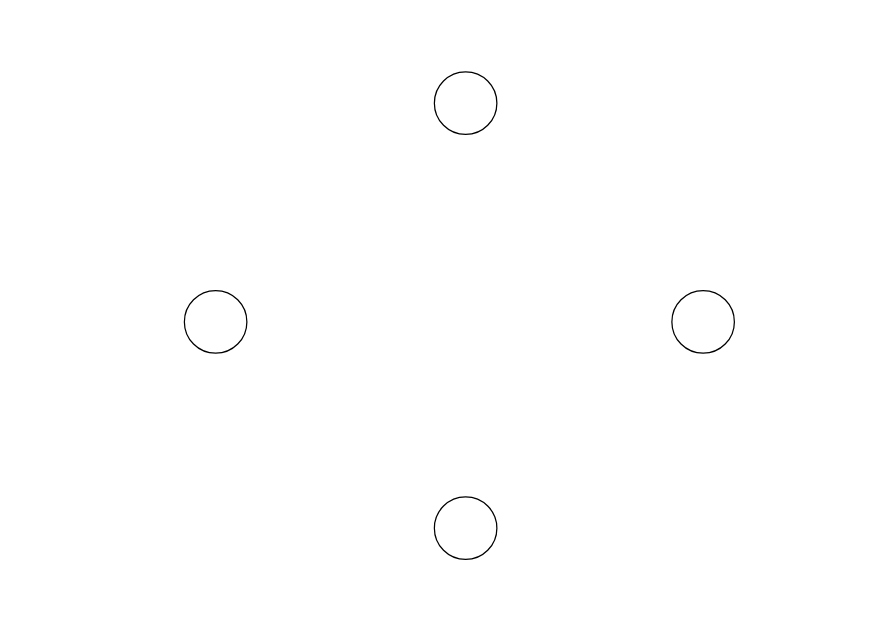
Above: Untitled Diagram.drawio in JonathanALevine/ELEC5404 (draw.io), before the change. Source tidied: cells renumbered, new cells numbered last; positions are measured from the earlier drawing's top-left corner, leaving out a move shared by most shapes. Both pictures are drawn from the tidied source at 125%, with x=0, y=0 at pixel (184, 71).
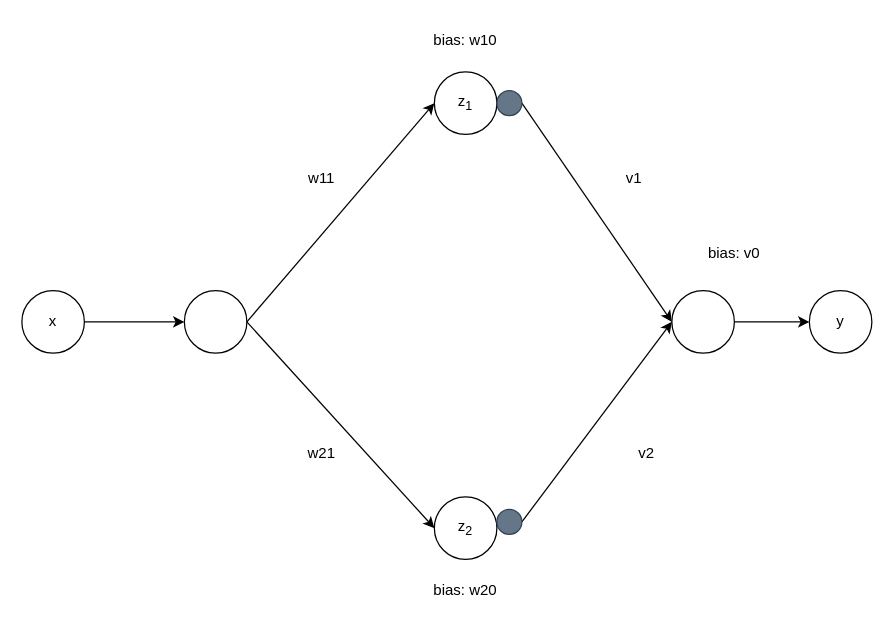
Above is the later version.

Unchanged cells that the change refers to:
```xml
<mxCell id="2" style="ellipse;whiteSpace=wrap;html=1;" parent="1" vertex="1">
  <mxGeometry y="175" width="50" height="50" as="geometry" />
</mxCell>
<mxCell id="5" style="ellipse;whiteSpace=wrap;html=1;" parent="1" vertex="1">
  <mxGeometry x="390" y="175" width="50" height="50" as="geometry" />
</mxCell>
```

The edit, as a diff of the source:
```diff
@@
-    <mxCell id="3" style="ellipse;whiteSpace=wrap;html=1;" parent="1" vertex="1">
+    <mxCell id="3" value="z&lt;sub&gt;1&lt;/sub&gt;" style="ellipse;whiteSpace=wrap;html=1;" parent="1" vertex="1">
       <mxGeometry x="200" width="50" height="50" as="geometry" />
     </mxCell>
-    <mxCell id="4" style="ellipse;whiteSpace=wrap;html=1;" parent="1" vertex="1">
+    <mxCell id="4" value="z&lt;sub&gt;2&lt;/sub&gt;" style="ellipse;whiteSpace=wrap;html=1;" parent="1" vertex="1">
       <mxGeometry x="200" y="340" width="50" height="50" as="geometry" />
     </mxCell>
@@
+    <mxCell id="6" style="endArrow=classic;html=1;rounded=0;entryX=0;entryY=0.5;entryDx=0;entryDy=0;" parent="1" edge="1" target="3">
+      <mxGeometry relative="1" as="geometry">
+        <mxPoint x="50" y="200" as="sourcePoint" />
+      </mxGeometry>
+    </mxCell>
+    <mxCell id="7" style="endArrow=classic;html=1;rounded=0;entryX=0;entryY=0.5;entryDx=0;entryDy=0;exitX=1;exitY=0.5;exitDx=0;exitDy=0;" parent="1" edge="1" source="2" target="4">
+      <mxGeometry relative="1" as="geometry" />
+    </mxCell>
+    <mxCell id="8" style="endArrow=classic;html=1;rounded=0;entryX=0;entryY=0.5;entryDx=0;entryDy=0;" parent="1" edge="1" target="5">
+      <mxGeometry relative="1" as="geometry">
+        <mxPoint x="270" y="25" as="sourcePoint" />
+      </mxGeometry>
+    </mxCell>
+    <mxCell id="9" style="endArrow=classic;html=1;rounded=0;exitX=1;exitY=0.5;exitDx=0;exitDy=0;exitPerimeter=0;" parent="1" edge="1" source="11">
+      <mxGeometry relative="1" as="geometry">
+        <mxPoint x="390" y="200" as="targetPoint" />
+      </mxGeometry>
+    </mxCell>
+    <mxCell id="10" style="ellipse;whiteSpace=wrap;html=1;fillColor=#647687;fontColor=#ffffff;strokeColor=#314354;" parent="1" vertex="1">
+      <mxGeometry x="250" y="15" width="20" height="20" as="geometry" />
+    </mxCell>
+    <mxCell id="11" style="ellipse;whiteSpace=wrap;html=1;fillColor=#647687;fontColor=#ffffff;strokeColor=#314354;" parent="1" vertex="1">
+      <mxGeometry x="250" y="350" width="20" height="20" as="geometry" />
+    </mxCell>
+    <mxCell id="12" value="x" style="ellipse;whiteSpace=wrap;html=1;" parent="1" vertex="1">
+      <mxGeometry x="-130" y="175" width="50" height="50" as="geometry" />
+    </mxCell>
+    <mxCell id="13" value="y" style="ellipse;whiteSpace=wrap;html=1;" parent="1" vertex="1">
+      <mxGeometry x="500" y="175" width="50" height="50" as="geometry" />
+    </mxCell>
+    <mxCell id="14" value="w11" style="text;html=1;strokeColor=none;fillColor=none;align=center;verticalAlign=middle;whiteSpace=wrap;rounded=0;" parent="1" vertex="1">
+      <mxGeometry x="80" y="70" width="60" height="30" as="geometry" />
+    </mxCell>
+    <mxCell id="15" value="w21" style="text;html=1;strokeColor=none;fillColor=none;align=center;verticalAlign=middle;whiteSpace=wrap;rounded=0;" parent="1" vertex="1">
+      <mxGeometry x="80" y="290" width="60" height="30" as="geometry" />
+    </mxCell>
+    <mxCell id="16" style="endArrow=classic;html=1;rounded=0;exitX=1;exitY=0.5;exitDx=0;exitDy=0;" parent="1" edge="1" source="12">
+      <mxGeometry relative="1" as="geometry">
+        <mxPoint y="200" as="targetPoint" />
+      </mxGeometry>
+    </mxCell>
+    <mxCell id="17" style="endArrow=classic;html=1;rounded=0;exitX=1;exitY=0.5;exitDx=0;exitDy=0;entryX=0;entryY=0.5;entryDx=0;entryDy=0;" parent="1" edge="1" source="5" target="13">
+      <mxGeometry relative="1" as="geometry" />
+    </mxCell>
+    <mxCell id="18" value="v1" style="text;html=1;strokeColor=none;fillColor=none;align=center;verticalAlign=middle;whiteSpace=wrap;rounded=0;" parent="1" vertex="1">
+      <mxGeometry x="330" y="70" width="60" height="30" as="geometry" />
+    </mxCell>
+    <mxCell id="19" value="v2" style="text;html=1;strokeColor=none;fillColor=none;align=center;verticalAlign=middle;whiteSpace=wrap;rounded=0;" parent="1" vertex="1">
+      <mxGeometry x="340" y="290" width="60" height="30" as="geometry" />
+    </mxCell>
+    <mxCell id="20" value="bias: w10" style="text;html=1;strokeColor=none;fillColor=none;align=center;verticalAlign=middle;whiteSpace=wrap;rounded=0;" parent="1" vertex="1">
+      <mxGeometry x="195" y="-40" width="60" height="30" as="geometry" />
+    </mxCell>
+    <mxCell id="21" value="bias: w20" style="text;html=1;strokeColor=none;fillColor=none;align=center;verticalAlign=middle;whiteSpace=wrap;rounded=0;" parent="1" vertex="1">
+      <mxGeometry x="195" y="400" width="60" height="30" as="geometry" />
+    </mxCell>
+    <mxCell id="22" value="bias: v0" style="text;html=1;strokeColor=none;fillColor=none;align=center;verticalAlign=middle;whiteSpace=wrap;rounded=0;" parent="1" vertex="1">
+      <mxGeometry x="410" y="130" width="60" height="30" as="geometry" />
+    </mxCell>
```
